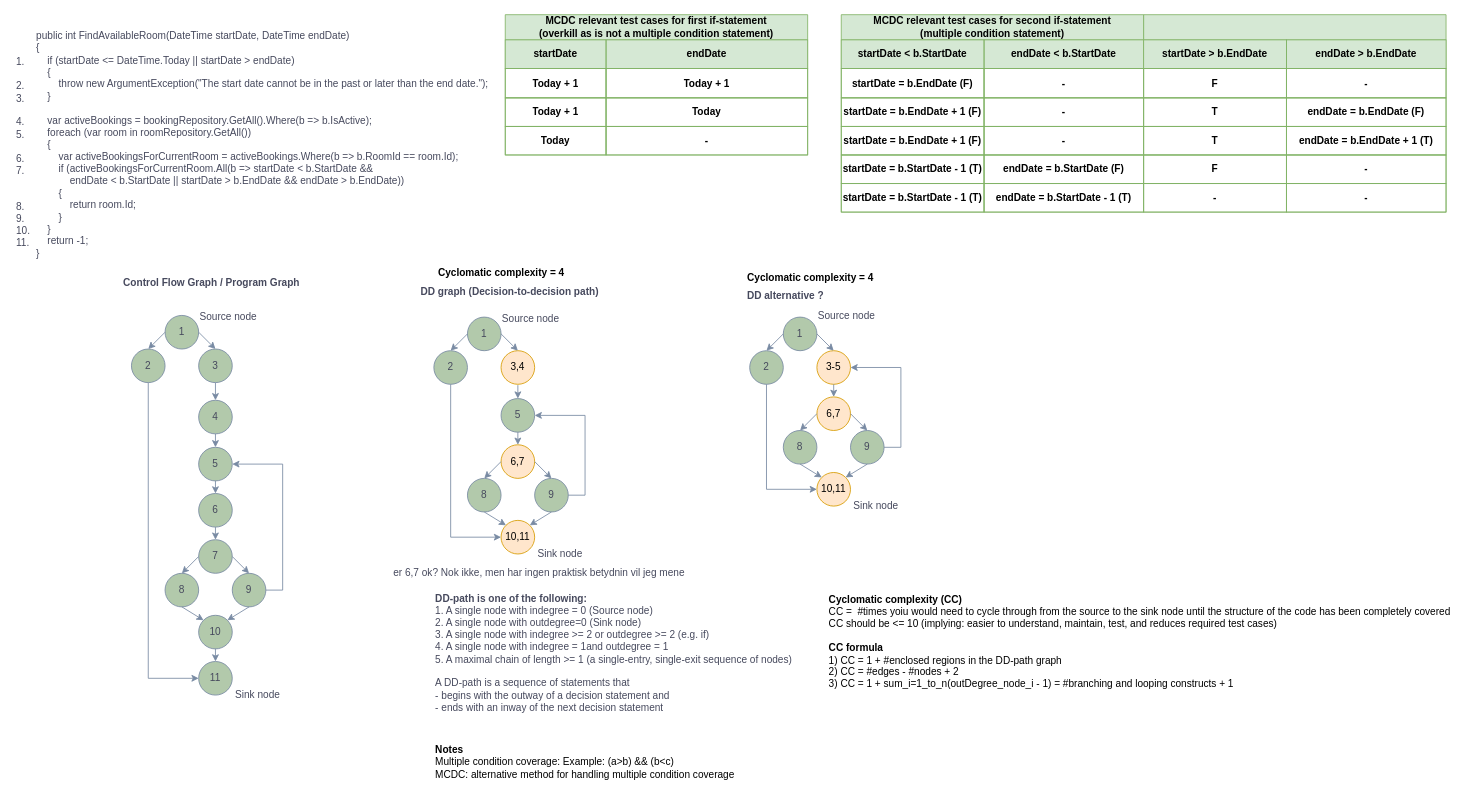
Above: page "FindAvailableRoom_v2" (2 of 3) of Unavngivet diagram.drawio in leaand01/WhiteBoxTesting_temp (draw.io), before the change. Source tidied: cells renumbered, new cells numbered last; positions are measured from the earlier drawing's top-left corner, leaving out a move shared by most shapes. Both pictures are drawn from the tidied source at 84%, with x=0, y=0 at pixel (14, 14).
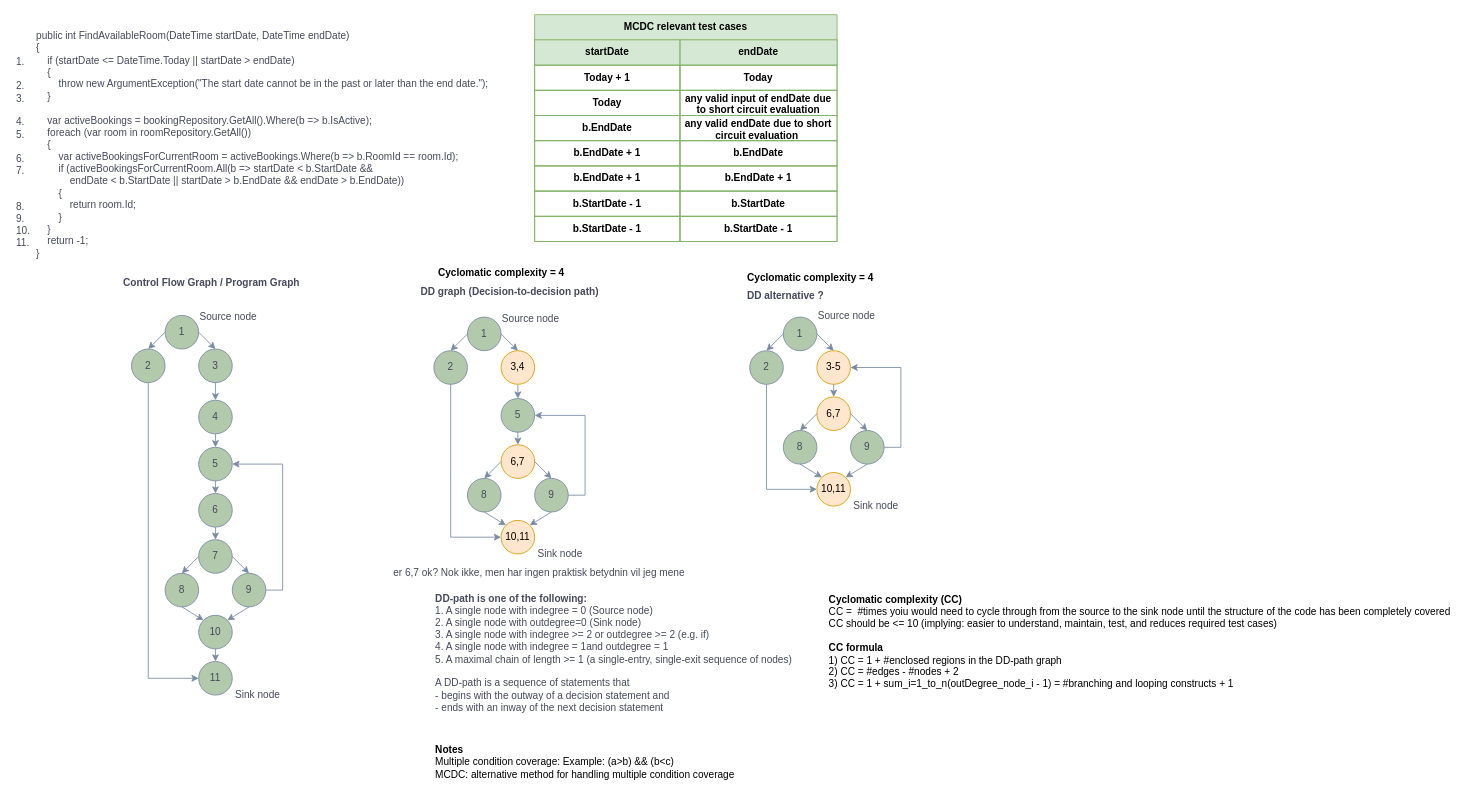
The same page after the edit.

What changed in the source:
```diff
@@
-    <mxCell id="77" value="MCDC relevant test cases for first if-statement&lt;div&gt;(overkill as is not a multiple condition statement)&lt;/div&gt;" style="shape=table;startSize=30;childLayout=tableLayout;fillColor=#d5e8d4;strokeColor=#82b366;fontStyle=1;swimlaneFillColor=#FFFFFF;fontColor=#000000;whiteSpace=wrap;html=1;" parent="1" vertex="1">
-      <mxGeometry x="584" width="360" height="167" as="geometry" />
-    </mxCell>
-    <mxCell id="78" style="shape=tableRow;horizontal=0;startSize=0;swimlaneHead=0;swimlaneBody=0;strokeColor=inherit;top=0;left=0;bottom=0;right=0;fillColor=inherit;fontSize=16;fontColor=#000000;" parent="77" vertex="1">
-      <mxGeometry y="30" width="360" height="34" as="geometry" />
-    </mxCell>
+    <mxCell id="128" value="MCDC relevant test cases" style="shape=table;startSize=30;childLayout=tableLayout;fillColor=#d5e8d4;strokeColor=#82b366;fontStyle=1;swimlaneFillColor=#FFFFFF;fontColor=#000000;whiteSpace=wrap;html=1;" parent="1" vertex="1">
+      <mxGeometry x="619" width="360" height="270" as="geometry" />
+    </mxCell>
+    <mxCell id="129" style="shape=tableRow;horizontal=0;startSize=0;swimlaneHead=0;swimlaneBody=0;strokeColor=inherit;top=0;left=0;bottom=0;right=0;fillColor=inherit;fontSize=16;fontColor=#000000;" parent="128" vertex="1">
+      <mxGeometry y="30" width="360" height="30" as="geometry" />
+    </mxCell>
-    <mxCell id="79" value="startDate" style="html=1;whiteSpace=wrap;strokeColor=inherit;overflow=hidden;fillColor=none;fontColor=#000000;fontStyle=1;" parent="78" vertex="1">
-      <mxGeometry width="120" height="34" as="geometry" />
+    <mxCell id="79" value="startDate" style="html=1;whiteSpace=wrap;strokeColor=inherit;overflow=hidden;fillColor=none;fontColor=#000000;fontStyle=1;" parent="129" vertex="1">
+      <mxGeometry width="173" height="30" as="geometry" />
     </mxCell>
-    <mxCell id="80" value="endDate" style="html=1;whiteSpace=wrap;strokeColor=inherit;overflow=hidden;fillColor=none;fontColor=#000000;fontStyle=1;" parent="78" vertex="1">
-      <mxGeometry x="120" width="240" height="34" as="geometry" />
+    <mxCell id="80" value="endDate" style="html=1;whiteSpace=wrap;strokeColor=inherit;overflow=hidden;fillColor=none;fontColor=#000000;fontStyle=1;" parent="129" vertex="1">
+      <mxGeometry x="173" width="187" height="30" as="geometry" />
     </mxCell>
-    <mxCell id="81" style="shape=tableRow;horizontal=0;startSize=0;swimlaneHead=0;swimlaneBody=0;strokeColor=inherit;top=0;left=0;bottom=0;right=0;fillColor=none;fontSize=16;fontColor=#000000;" parent="77" vertex="1">
-      <mxGeometry y="64" width="360" height="35" as="geometry" />
-    </mxCell>
-    <mxCell id="82" value="Today + 1" style="html=1;whiteSpace=wrap;strokeColor=inherit;overflow=hidden;fillColor=none;fontColor=#000000;fontStyle=1;" parent="81" vertex="1">
-      <mxGeometry width="120" height="35" as="geometry" />
-    </mxCell>
-    <mxCell id="83" value="Today + 1" style="html=1;whiteSpace=wrap;strokeColor=inherit;overflow=hidden;fillColor=none;fontColor=#000000;fontStyle=1;" parent="81" vertex="1">
-      <mxGeometry x="120" width="240" height="35" as="geometry" />
-    </mxCell>
-    <mxCell id="84" style="shape=tableRow;horizontal=0;startSize=0;swimlaneHead=0;swimlaneBody=0;strokeColor=inherit;top=0;left=0;bottom=0;right=0;fillColor=none;fontSize=16;fontColor=#000000;" parent="77" vertex="1">
-      <mxGeometry y="99" width="360" height="34" as="geometry" />
-    </mxCell>
-    <mxCell id="85" value="Today + 1" style="html=1;whiteSpace=wrap;strokeColor=inherit;overflow=hidden;fillColor=none;fontColor=#000000;fontStyle=1;" parent="84" vertex="1">
-      <mxGeometry width="120" height="34" as="geometry" />
-    </mxCell>
-    <mxCell id="86" value="Today" style="html=1;whiteSpace=wrap;strokeColor=inherit;overflow=hidden;fillColor=none;fontColor=#000000;fontStyle=1;" parent="84" vertex="1">
-      <mxGeometry x="120" width="240" height="34" as="geometry" />
-    </mxCell>
-    <mxCell id="87" style="shape=tableRow;horizontal=0;startSize=0;swimlaneHead=0;swimlaneBody=0;strokeColor=inherit;top=0;left=0;bottom=0;right=0;fillColor=none;fontSize=16;fontColor=#000000;" parent="77" vertex="1">
-      <mxGeometry y="133" width="360" height="34" as="geometry" />
-    </mxCell>
-    <mxCell id="88" value="Today" style="html=1;whiteSpace=wrap;strokeColor=inherit;overflow=hidden;fillColor=none;fontColor=#000000;fontStyle=1;" parent="87" vertex="1">
-      <mxGeometry width="120" height="34" as="geometry" />
-    </mxCell>
-    <mxCell id="89" value="-" style="html=1;whiteSpace=wrap;strokeColor=inherit;overflow=hidden;fillColor=none;fontColor=#000000;fontStyle=1;" parent="87" vertex="1">
-      <mxGeometry x="120" width="240" height="34" as="geometry" />
-    </mxCell>
-    <mxCell id="90" value="MCDC relevant test cases for second if-statement&lt;div&gt;(multiple condition statement)&lt;/div&gt;" style="shape=table;startSize=30;childLayout=tableLayout;fillColor=#d5e8d4;strokeColor=#82b366;fontStyle=1;swimlaneFillColor=#FFFFFF;fontColor=#000000;whiteSpace=wrap;html=1;" parent="1" vertex="1">
-      <mxGeometry x="984" width="360" height="235" as="geometry" />
-    </mxCell>
-    <mxCell id="91" style="shape=tableRow;horizontal=0;startSize=0;swimlaneHead=0;swimlaneBody=0;strokeColor=inherit;top=0;left=0;bottom=0;right=0;fillColor=inherit;fontSize=16;fontColor=#000000;" parent="90" vertex="1">
-      <mxGeometry y="30" width="360" height="34" as="geometry" />
-    </mxCell>
-    <mxCell id="92" value="startDate &amp;lt; b.StartDate" style="html=1;whiteSpace=wrap;strokeColor=inherit;overflow=hidden;fillColor=none;fontColor=#000000;fontStyle=1;" parent="91" vertex="1">
-      <mxGeometry width="170" height="34" as="geometry" />
-    </mxCell>
-    <mxCell id="93" value="endDate &amp;lt; b.StartDate" style="html=1;whiteSpace=wrap;strokeColor=inherit;overflow=hidden;fillColor=none;fontColor=#000000;fontStyle=1;" parent="91" vertex="1">
-      <mxGeometry x="170" width="190" height="34" as="geometry" />
-    </mxCell>
-    <mxCell id="94" style="shape=tableRow;horizontal=0;startSize=0;swimlaneHead=0;swimlaneBody=0;strokeColor=inherit;top=0;left=0;bottom=0;right=0;fillColor=none;fontSize=16;fontColor=#000000;" parent="90" vertex="1">
-      <mxGeometry y="64" width="360" height="35" as="geometry" />
-    </mxCell>
-    <mxCell id="95" value="startDate = b.EndDate (F)" style="html=1;whiteSpace=wrap;strokeColor=inherit;overflow=hidden;fillColor=none;fontColor=#000000;fontStyle=1;" parent="94" vertex="1">
-      <mxGeometry width="170" height="35" as="geometry" />
-    </mxCell>
-    <mxCell id="96" value="-" style="html=1;whiteSpace=wrap;strokeColor=inherit;overflow=hidden;fillColor=none;fontColor=#000000;fontStyle=1;" parent="94" vertex="1">
-      <mxGeometry x="170" width="190" height="35" as="geometry" />
-    </mxCell>
-    <mxCell id="97" style="shape=tableRow;horizontal=0;startSize=0;swimlaneHead=0;swimlaneBody=0;strokeColor=inherit;top=0;left=0;bottom=0;right=0;fillColor=none;fontSize=16;fontColor=#000000;" parent="90" vertex="1">
-      <mxGeometry y="99" width="360" height="34" as="geometry" />
-    </mxCell>
-    <mxCell id="98" value="startDate = b.EndDate + 1 (F)" style="html=1;whiteSpace=wrap;strokeColor=inherit;overflow=hidden;fillColor=none;fontColor=#000000;fontStyle=1;" parent="97" vertex="1">
-      <mxGeometry width="170" height="34" as="geometry" />
-    </mxCell>
-    <mxCell id="99" value="-" style="html=1;whiteSpace=wrap;strokeColor=inherit;overflow=hidden;fillColor=none;fontColor=#000000;fontStyle=1;" parent="97" vertex="1">
-      <mxGeometry x="170" width="190" height="34" as="geometry" />
-    </mxCell>
-    <mxCell id="100" style="shape=tableRow;horizontal=0;startSize=0;swimlaneHead=0;swimlaneBody=0;strokeColor=inherit;top=0;left=0;bottom=0;right=0;fillColor=none;fontSize=16;fontColor=#000000;" parent="90" vertex="1">
-      <mxGeometry y="133" width="360" height="34" as="geometry" />
-    </mxCell>
-    <mxCell id="101" value="startDate = b.EndDate + 1 (F)" style="html=1;whiteSpace=wrap;strokeColor=inherit;overflow=hidden;fillColor=none;fontColor=#000000;fontStyle=1;" parent="100" vertex="1">
-      <mxGeometry width="170" height="34" as="geometry" />
-    </mxCell>
-    <mxCell id="102" value="-" style="html=1;whiteSpace=wrap;strokeColor=inherit;overflow=hidden;fillColor=none;fontColor=#000000;fontStyle=1;" parent="100" vertex="1">
-      <mxGeometry x="170" width="190" height="34" as="geometry" />
-    </mxCell>
-    <mxCell id="103" style="shape=tableRow;horizontal=0;startSize=0;swimlaneHead=0;swimlaneBody=0;strokeColor=inherit;top=0;left=0;bottom=0;right=0;fillColor=none;fontSize=16;fontColor=#000000;" parent="90" vertex="1">
-      <mxGeometry y="167" width="360" height="34" as="geometry" />
-    </mxCell>
-    <mxCell id="104" value="startDate = b.StartDate - 1 (T)" style="html=1;whiteSpace=wrap;strokeColor=inherit;overflow=hidden;fillColor=none;fontColor=#000000;fontStyle=1;" parent="103" vertex="1">
-      <mxGeometry width="170" height="34" as="geometry" />
-    </mxCell>
-    <mxCell id="105" value="endDate = b.StartDate (F)" style="html=1;whiteSpace=wrap;strokeColor=inherit;overflow=hidden;fillColor=none;fontColor=#000000;fontStyle=1;" parent="103" vertex="1">
-      <mxGeometry x="170" width="190" height="34" as="geometry" />
-    </mxCell>
-    <mxCell id="106" style="shape=tableRow;horizontal=0;startSize=0;swimlaneHead=0;swimlaneBody=0;strokeColor=inherit;top=0;left=0;bottom=0;right=0;fillColor=none;fontSize=16;fontColor=#000000;" parent="90" vertex="1">
-      <mxGeometry y="201" width="360" height="34" as="geometry" />
-    </mxCell>
-    <mxCell id="107" value="startDate = b.StartDate - 1 (T)" style="html=1;whiteSpace=wrap;strokeColor=inherit;overflow=hidden;fillColor=none;fontColor=#000000;fontStyle=1;" parent="106" vertex="1">
-      <mxGeometry width="170" height="34" as="geometry" />
-    </mxCell>
-    <mxCell id="108" value="endDate = b.StartDate - 1 (T)" style="html=1;whiteSpace=wrap;strokeColor=inherit;overflow=hidden;fillColor=none;fontColor=#000000;fontStyle=1;" parent="106" vertex="1">
-      <mxGeometry x="170" width="190" height="34" as="geometry" />
-    </mxCell>
-    <mxCell id="109" style="shape=table;startSize=30;childLayout=tableLayout;fillColor=#d5e8d4;strokeColor=#82b366;fontStyle=1;swimlaneFillColor=#FFFFFF;fontColor=#000000;whiteSpace=wrap;html=1;" parent="1" vertex="1">
-      <mxGeometry x="1344" width="360" height="235" as="geometry" />
-    </mxCell>
-    <mxCell id="110" style="shape=tableRow;horizontal=0;startSize=0;swimlaneHead=0;swimlaneBody=0;strokeColor=inherit;top=0;left=0;bottom=0;right=0;fillColor=inherit;fontSize=16;fontColor=#000000;" parent="109" vertex="1">
-      <mxGeometry y="30" width="360" height="34" as="geometry" />
-    </mxCell>
-    <mxCell id="111" value="startDate &amp;gt; b.EndDate" style="html=1;whiteSpace=wrap;strokeColor=inherit;overflow=hidden;fillColor=none;fontColor=#000000;fontStyle=1;" parent="110" vertex="1">
-      <mxGeometry width="170" height="34" as="geometry" />
-    </mxCell>
-    <mxCell id="112" value="endDate &amp;gt; b.EndDate" style="html=1;whiteSpace=wrap;strokeColor=inherit;overflow=hidden;fillColor=none;fontColor=#000000;fontStyle=1;" parent="110" vertex="1">
-      <mxGeometry x="170" width="190" height="34" as="geometry" />
-    </mxCell>
-    <mxCell id="113" style="shape=tableRow;horizontal=0;startSize=0;swimlaneHead=0;swimlaneBody=0;strokeColor=inherit;top=0;left=0;bottom=0;right=0;fillColor=none;fontSize=16;fontColor=#000000;" parent="109" vertex="1">
-      <mxGeometry y="64" width="360" height="35" as="geometry" />
-    </mxCell>
-    <mxCell id="114" value="F" style="html=1;whiteSpace=wrap;strokeColor=inherit;overflow=hidden;fillColor=none;fontColor=#000000;fontStyle=1;" parent="113" vertex="1">
-      <mxGeometry width="170" height="35" as="geometry" />
-    </mxCell>
-    <mxCell id="115" value="-" style="html=1;whiteSpace=wrap;strokeColor=inherit;overflow=hidden;fillColor=none;fontColor=#000000;fontStyle=1;" parent="113" vertex="1">
-      <mxGeometry x="170" width="190" height="35" as="geometry" />
-    </mxCell>
-    <mxCell id="116" style="shape=tableRow;horizontal=0;startSize=0;swimlaneHead=0;swimlaneBody=0;strokeColor=inherit;top=0;left=0;bottom=0;right=0;fillColor=none;fontSize=16;fontColor=#000000;" parent="109" vertex="1">
-      <mxGeometry y="99" width="360" height="34" as="geometry" />
-    </mxCell>
-    <mxCell id="117" value="T" style="html=1;whiteSpace=wrap;strokeColor=inherit;overflow=hidden;fillColor=none;fontColor=#000000;fontStyle=1;" parent="116" vertex="1">
-      <mxGeometry width="170" height="34" as="geometry" />
-    </mxCell>
-    <mxCell id="118" value="endDate = b.EndDate (F)" style="html=1;whiteSpace=wrap;strokeColor=inherit;overflow=hidden;fillColor=none;fontColor=#000000;fontStyle=1;" parent="116" vertex="1">
-      <mxGeometry x="170" width="190" height="34" as="geometry" />
-    </mxCell>
-    <mxCell id="119" style="shape=tableRow;horizontal=0;startSize=0;swimlaneHead=0;swimlaneBody=0;strokeColor=inherit;top=0;left=0;bottom=0;right=0;fillColor=none;fontSize=16;fontColor=#000000;" parent="109" vertex="1">
-      <mxGeometry y="133" width="360" height="34" as="geometry" />
-    </mxCell>
-    <mxCell id="120" value="T" style="html=1;whiteSpace=wrap;strokeColor=inherit;overflow=hidden;fillColor=none;fontColor=#000000;fontStyle=1;" parent="119" vertex="1">
-      <mxGeometry width="170" height="34" as="geometry" />
-    </mxCell>
-    <mxCell id="121" value="endDate = b.EndDate + 1 (T)" style="html=1;whiteSpace=wrap;strokeColor=inherit;overflow=hidden;fillColor=none;fontColor=#000000;fontStyle=1;" parent="119" vertex="1">
-      <mxGeometry x="170" width="190" height="34" as="geometry" />
-    </mxCell>
-    <mxCell id="122" style="shape=tableRow;horizontal=0;startSize=0;swimlaneHead=0;swimlaneBody=0;strokeColor=inherit;top=0;left=0;bottom=0;right=0;fillColor=none;fontSize=16;fontColor=#000000;" parent="109" vertex="1">
-      <mxGeometry y="167" width="360" height="34" as="geometry" />
-    </mxCell>
-    <mxCell id="123" value="F" style="html=1;whiteSpace=wrap;strokeColor=inherit;overflow=hidden;fillColor=none;fontColor=#000000;fontStyle=1;" parent="122" vertex="1">
-      <mxGeometry width="170" height="34" as="geometry" />
-    </mxCell>
-    <mxCell id="124" value="-" style="html=1;whiteSpace=wrap;strokeColor=inherit;overflow=hidden;fillColor=none;fontColor=#000000;fontStyle=1;" parent="122" vertex="1">
-      <mxGeometry x="170" width="190" height="34" as="geometry" />
-    </mxCell>
-    <mxCell id="125" style="shape=tableRow;horizontal=0;startSize=0;swimlaneHead=0;swimlaneBody=0;strokeColor=inherit;top=0;left=0;bottom=0;right=0;fillColor=none;fontSize=16;fontColor=#000000;" parent="109" vertex="1">
-      <mxGeometry y="201" width="360" height="34" as="geometry" />
-    </mxCell>
-    <mxCell id="126" value="-" style="html=1;whiteSpace=wrap;strokeColor=inherit;overflow=hidden;fillColor=none;fontColor=#000000;fontStyle=1;" parent="125" vertex="1">
-      <mxGeometry width="170" height="34" as="geometry" />
-    </mxCell>
-    <mxCell id="127" value="-" style="html=1;whiteSpace=wrap;strokeColor=inherit;overflow=hidden;fillColor=none;fontColor=#000000;fontStyle=1;" parent="125" vertex="1">
-      <mxGeometry x="170" width="190" height="34" as="geometry" />
-    </mxCell>
+    <mxCell id="130" style="shape=tableRow;horizontal=0;startSize=0;swimlaneHead=0;swimlaneBody=0;strokeColor=inherit;top=0;left=0;bottom=0;right=0;fillColor=none;fontSize=16;fontColor=#000000;" parent="128" vertex="1">
+      <mxGeometry y="60" width="360" height="30" as="geometry" />
+    </mxCell>
+    <mxCell id="131" value="Today + 1" style="html=1;whiteSpace=wrap;strokeColor=inherit;overflow=hidden;fillColor=none;fontColor=#000000;fontStyle=1;" parent="130" vertex="1">
+      <mxGeometry width="173" height="30" as="geometry" />
+    </mxCell>
+    <mxCell id="132" value="Today" style="html=1;whiteSpace=wrap;strokeColor=inherit;overflow=hidden;fillColor=none;fontColor=#000000;fontStyle=1;" parent="130" vertex="1">
+      <mxGeometry x="173" width="187" height="30" as="geometry" />
+    </mxCell>
+    <mxCell id="133" style="shape=tableRow;horizontal=0;startSize=0;swimlaneHead=0;swimlaneBody=0;strokeColor=inherit;top=0;left=0;bottom=0;right=0;fillColor=none;fontSize=16;fontColor=#000000;" parent="128" vertex="1">
+      <mxGeometry y="90" width="360" height="30" as="geometry" />
+    </mxCell>
+    <mxCell id="134" value="Today" style="html=1;whiteSpace=wrap;strokeColor=inherit;overflow=hidden;fillColor=none;fontColor=#000000;fontStyle=1;" parent="133" vertex="1">
+      <mxGeometry width="173" height="30" as="geometry" />
+    </mxCell>
+    <mxCell id="135" value="any valid input of endDate due to short circuit evaluation" style="html=1;whiteSpace=wrap;strokeColor=inherit;overflow=hidden;fillColor=none;fontColor=#000000;fontStyle=1;" parent="133" vertex="1">
+      <mxGeometry x="173" width="187" height="30" as="geometry" />
+    </mxCell>
+    <mxCell id="136" style="shape=tableRow;horizontal=0;startSize=0;swimlaneHead=0;swimlaneBody=0;strokeColor=inherit;top=0;left=0;bottom=0;right=0;fillColor=none;fontSize=16;fontColor=#000000;" parent="128" vertex="1">
+      <mxGeometry y="120" width="360" height="30" as="geometry" />
+    </mxCell>
+    <mxCell id="137" value="b.EndDate" style="html=1;whiteSpace=wrap;strokeColor=inherit;overflow=hidden;fillColor=none;fontColor=#000000;fontStyle=1;" parent="136" vertex="1">
+      <mxGeometry width="173" height="30" as="geometry" />
+    </mxCell>
+    <mxCell id="138" value="any valid endDate due to short circuit evaluation&amp;nbsp;" style="html=1;whiteSpace=wrap;strokeColor=inherit;overflow=hidden;fillColor=none;fontColor=#000000;fontStyle=1;" parent="136" vertex="1">
+      <mxGeometry x="173" width="187" height="30" as="geometry" />
+    </mxCell>
+    <mxCell id="139" style="shape=tableRow;horizontal=0;startSize=0;swimlaneHead=0;swimlaneBody=0;strokeColor=inherit;top=0;left=0;bottom=0;right=0;fillColor=none;fontSize=16;fontColor=#000000;" parent="128" vertex="1">
+      <mxGeometry y="150" width="360" height="30" as="geometry" />
+    </mxCell>
+    <mxCell id="140" value="b.EndDate + 1" style="html=1;whiteSpace=wrap;strokeColor=inherit;overflow=hidden;fillColor=none;fontColor=#000000;fontStyle=1;" parent="139" vertex="1">
+      <mxGeometry width="173" height="30" as="geometry" />
+    </mxCell>
+    <mxCell id="141" value="b.EndDate" style="html=1;whiteSpace=wrap;strokeColor=inherit;overflow=hidden;fillColor=none;fontColor=#000000;fontStyle=1;" parent="139" vertex="1">
+      <mxGeometry x="173" width="187" height="30" as="geometry" />
+    </mxCell>
+    <mxCell id="142" style="shape=tableRow;horizontal=0;startSize=0;swimlaneHead=0;swimlaneBody=0;strokeColor=inherit;top=0;left=0;bottom=0;right=0;fillColor=none;fontSize=16;fontColor=#000000;" parent="128" vertex="1">
+      <mxGeometry y="180" width="360" height="30" as="geometry" />
+    </mxCell>
+    <mxCell id="143" value="b.EndDate + 1" style="html=1;whiteSpace=wrap;strokeColor=inherit;overflow=hidden;fillColor=none;fontColor=#000000;fontStyle=1;" parent="142" vertex="1">
+      <mxGeometry width="173" height="30" as="geometry" />
+    </mxCell>
+    <mxCell id="144" value="b.EndDate + 1" style="html=1;whiteSpace=wrap;strokeColor=inherit;overflow=hidden;fillColor=none;fontColor=#000000;fontStyle=1;" parent="142" vertex="1">
+      <mxGeometry x="173" width="187" height="30" as="geometry" />
+    </mxCell>
+    <mxCell id="145" style="shape=tableRow;horizontal=0;startSize=0;swimlaneHead=0;swimlaneBody=0;strokeColor=inherit;top=0;left=0;bottom=0;right=0;fillColor=none;fontSize=16;fontColor=#000000;" parent="128" vertex="1">
+      <mxGeometry y="210" width="360" height="30" as="geometry" />
+    </mxCell>
+    <mxCell id="146" value="b.StartDate - 1" style="html=1;whiteSpace=wrap;strokeColor=inherit;overflow=hidden;fillColor=none;fontColor=#000000;fontStyle=1;" parent="145" vertex="1">
+      <mxGeometry width="173" height="30" as="geometry" />
+    </mxCell>
+    <mxCell id="147" value="b.StartDate" style="html=1;whiteSpace=wrap;strokeColor=inherit;overflow=hidden;fillColor=none;fontColor=#000000;fontStyle=1;" parent="145" vertex="1">
+      <mxGeometry x="173" width="187" height="30" as="geometry" />
+    </mxCell>
+    <mxCell id="148" style="shape=tableRow;horizontal=0;startSize=0;swimlaneHead=0;swimlaneBody=0;strokeColor=inherit;top=0;left=0;bottom=0;right=0;fillColor=none;fontSize=16;fontColor=#000000;" parent="128" vertex="1">
+      <mxGeometry y="240" width="360" height="30" as="geometry" />
+    </mxCell>
+    <mxCell id="149" value="b.StartDate - 1" style="html=1;whiteSpace=wrap;strokeColor=inherit;overflow=hidden;fillColor=none;fontColor=#000000;fontStyle=1;" parent="148" vertex="1">
+      <mxGeometry width="173" height="30" as="geometry" />
+    </mxCell>
+    <mxCell id="150" value="b.StartDate - 1" style="html=1;whiteSpace=wrap;strokeColor=inherit;overflow=hidden;fillColor=none;fontColor=#000000;fontStyle=1;" parent="148" vertex="1">
+      <mxGeometry x="173" width="187" height="30" as="geometry" />
+    </mxCell>
```
